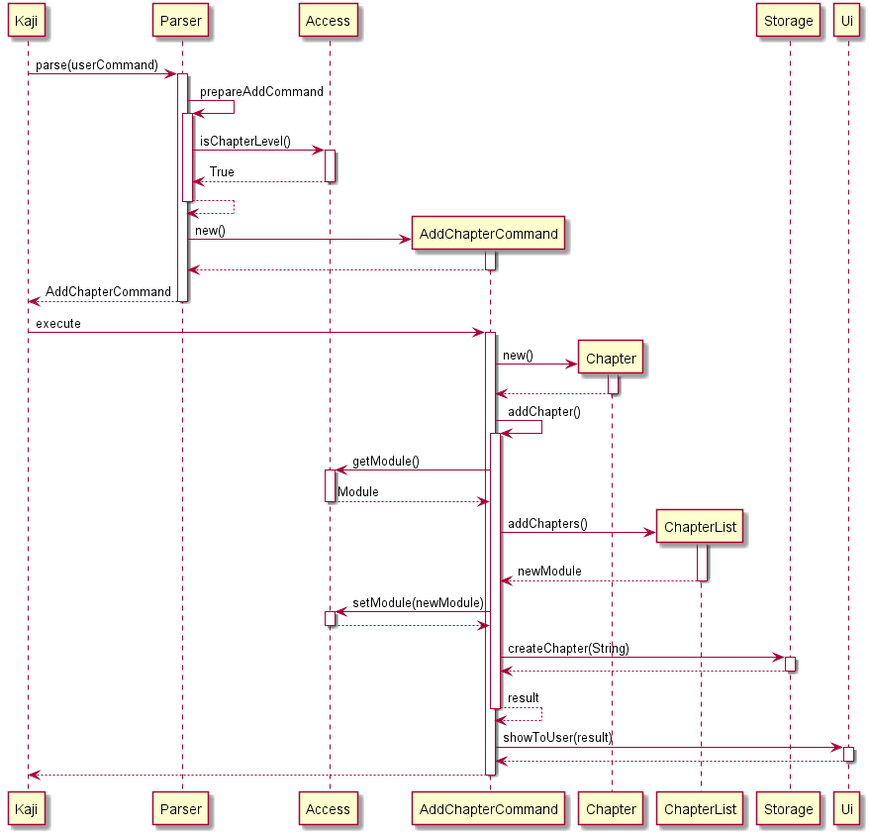
The PlantUML diagram docs/UML/AddChapterCommand.png in nus-cs2113-AY2021S1/tp, before a commit.
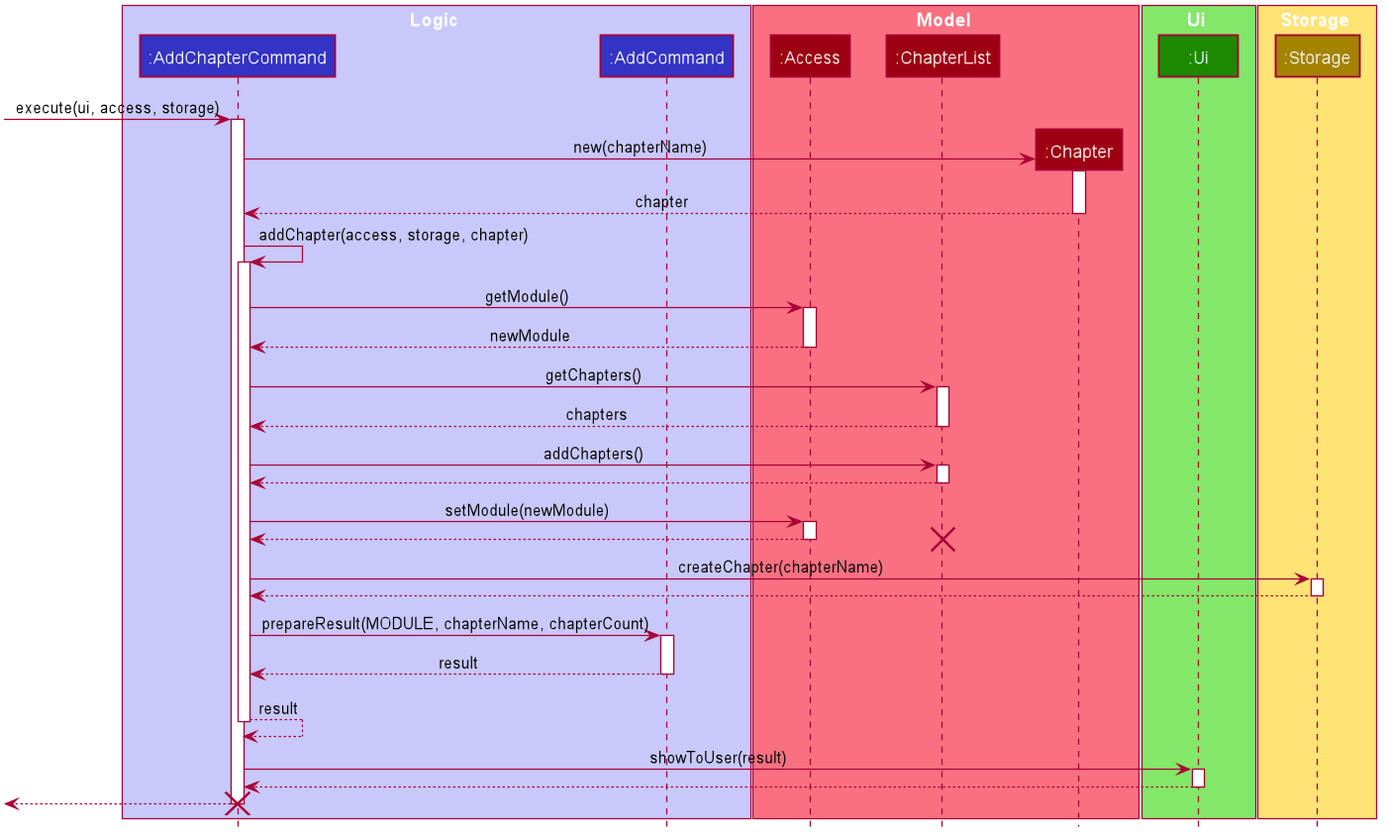
The same file after the commit.

Change to the diagram source:
```diff
@@ -1,31 +1,96 @@
 @startuml
-Kaji -> Parser ++ : parse(userCommand)
-Parser -> Parser ++ : prepareAddCommand
-Parser -> Access ++ : isChapterLevel()
-return True
+
+
+
+
+
+
+
+
+skinparam BackgroundColor #FFFFFFF
+
+skinparam Shadowing false
+
+skinparam Class {
+    FontColor #FFFFFF
+    BorderThickness 1
+    BorderColor #FFFFFF
+    StereotypeFontColor #FFFFFF
+    FontName Arial
+}
+
+skinparam Actor {
+    BorderColor #000000
+    Color #000000
+    FontName Arial
+}
+
+skinparam Sequence {
+    MessageAlign center
+    BoxFontSize 15
+    BoxPadding 0
+    BoxFontColor #FFFFFF
+    FontName Arial
+}
+
+skinparam Participant {
+    FontColor #FFFFFFF
+    Padding 20
+}
+
+skinparam MinClassWidth 50
+skinparam ParticipantPadding 10
+skinparam Shadowing false
+skinparam DefaultTextAlignment center
+skinparam packageStyle Rectangle
+skinparam classAttributeIconSize 0
+skinparam classAttributeFontColor white
+skinparam classAttributeFontSize 12
+
+hide footbox
+hide members
+hide circle
+
+box Logic #C8C8FA
+participant ":AddChapterCommand" as AddChapterCommand #3333C4
+participant ":AddCommand" as AddCommand #3333C4
+end box
+
+box Model #F97181
+participant ":Access" as Access #9D0012
+participant ":ChapterList" as ChapterList #9D0012
+participant ":Chapter" as Chapter #9D0012
+end box
+
+box Ui #83E769
+participant ":Ui" as Ui #1D8900
+end box
+
+box Storage #FFE374
+participant ":Storage" as Storage #A38300
+end box
+
+-> AddChapterCommand ++ : execute(ui, access, storage)
+create Chapter
+AddChapterCommand -> Chapter ++ : new(chapterName)
+return chapter
+AddChapterCommand -> AddChapterCommand ++ : addChapter(access, storage, chapter)
+AddChapterCommand -> Access ++ : getModule()
+return newModule
+AddChapterCommand -> ChapterList ++ : getChapters()
+return chapters
+AddChapterCommand -> ChapterList ++ : addChapters()
 return
-create AddChapterCommand
-Parser -> AddChapterCommand ++ : new()
-return
-return AddChapterCommand
-Kaji -> AddChapterCommand ++ : execute
-
-create Chapter
-AddChapterCommand -> Chapter ++ : new()
-return
-AddChapterCommand -> AddChapterCommand ++ : addChapter()
-AddChapterCommand -> Access ++ : getModule()
-return Module
-create ChapterList
-AddChapterCommand -> ChapterList ++ : addChapters()
-return newModule
 AddChapterCommand -> Access ++ : setModule(newModule)
 return
-AddChapterCommand -> Storage ++: createChapter(String)
+destroy ChapterList
+AddChapterCommand -> Storage ++: createChapter(chapterName)
 return
+AddChapterCommand -> AddCommand ++: prepareResult(MODULE, chapterName, chapterCount)
+return result
 return result
 AddChapterCommand -> Ui ++ : showToUser(result)
 return
 return
-
+destroy AddChapterCommand
 @enduml
```
